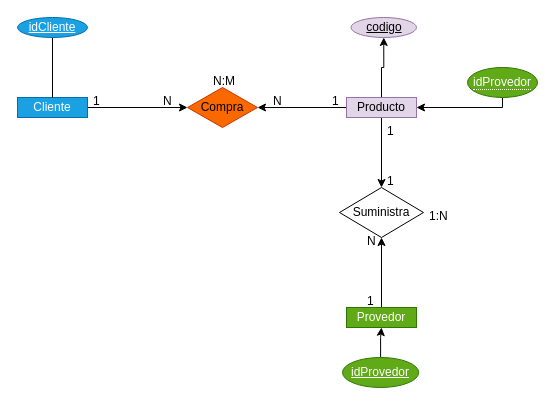
tavo954cbr/moodle-BD keeps this draw.io diagram as primer-ejemplo.drawio. Above is the earlier version. Source tidied: cells renumbered, new cells numbered last; positions are measured from the earlier drawing's top-left corner, leaving out a move shared by most shapes. Both pictures are drawn from the tidied source at 100%, with x=0, y=0 at pixel (17, 17).
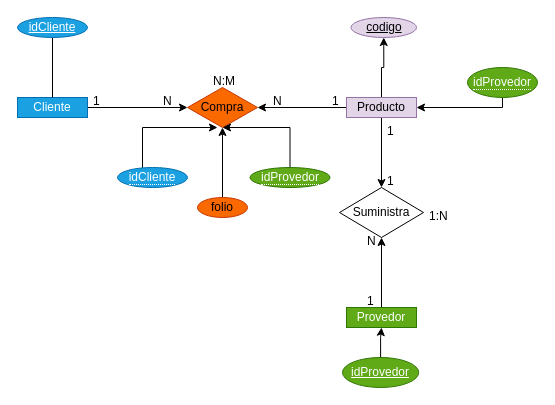
Above is the later version.

The change refers to these unchanged cells:
```xml
<mxCell id="8" value="Compra" style="shape=rhombus;perimeter=rhombusPerimeter;whiteSpace=wrap;html=1;align=center;fillColor=#fa6800;fontColor=#000000;strokeColor=#C73500;" parent="1" vertex="1">
  <mxGeometry x="170" y="70" width="70" height="40" as="geometry" />
</mxCell>
```

What changed in the source:
```diff
@@
+    <mxCell id="29" style="edgeStyle=orthogonalEdgeStyle;rounded=0;jettySize=auto;html=1;" parent="1" edge="1" source="30" target="8">
+      <mxGeometry relative="1" as="geometry">
+        <Array as="points">
+          <mxPoint x="273" y="110" />
+        </Array>
+      </mxGeometry>
+    </mxCell>
+    <mxCell id="30" value="&lt;span style=&quot;border-bottom: 1px dotted&quot;&gt;idProvedor&lt;/span&gt;" style="ellipse;whiteSpace=wrap;html=1;align=center;fillColor=#60a917;fontColor=#ffffff;strokeColor=#2D7600;" parent="1" vertex="1">
+      <mxGeometry x="232.5" y="150" width="80" height="20" as="geometry" />
+    </mxCell>
+    <mxCell id="31" style="edgeStyle=orthogonalEdgeStyle;rounded=0;jettySize=auto;html=1;" parent="1" edge="1" source="32">
+      <mxGeometry relative="1" as="geometry">
+        <mxPoint x="200" y="110" as="targetPoint" />
+        <Array as="points">
+          <mxPoint x="125" y="110" />
+        </Array>
+      </mxGeometry>
+    </mxCell>
+    <mxCell id="32" value="&lt;span style=&quot;border-bottom: 1px dotted&quot;&gt;idCliente&lt;/span&gt;" style="ellipse;whiteSpace=wrap;html=1;align=center;fillColor=#1ba1e2;fontColor=#ffffff;strokeColor=#006EAF;" parent="1" vertex="1">
+      <mxGeometry x="100" y="150" width="70" height="20" as="geometry" />
+    </mxCell>
+    <mxCell id="33" style="edgeStyle=orthogonalEdgeStyle;rounded=0;jettySize=auto;html=1;entryX=0.5;entryY=1;entryDx=0;entryDy=0;" parent="1" edge="1" source="34" target="8">
+      <mxGeometry relative="1" as="geometry" />
+    </mxCell>
+    <mxCell id="34" value="folio" style="ellipse;whiteSpace=wrap;html=1;align=center;rotation=0;fillColor=#fa6800;fontColor=#000000;strokeColor=#C73500;" parent="1" vertex="1">
+      <mxGeometry x="180" y="180" width="50" height="20" as="geometry" />
+    </mxCell>
```
